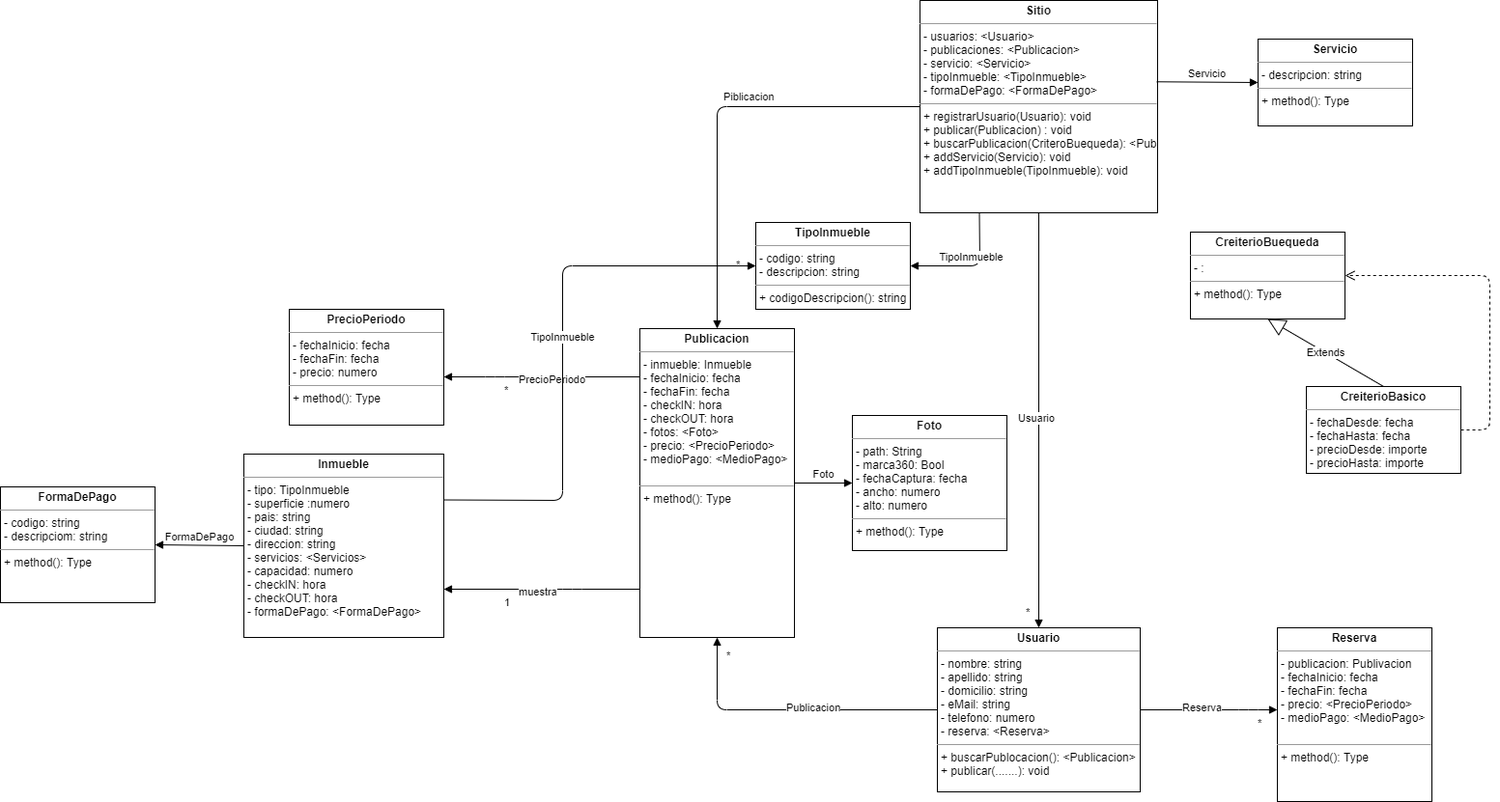
This is UML_PO2_TP_FINALPNG1.png from CundariNicolas/PO2_TP_FINAL_2021, a draw.io export, as it was before one commit. Source tidied: cells renumbered, new cells last; positions are measured from the earlier drawing's top-left corner, leaving out a move shared by most shapes.
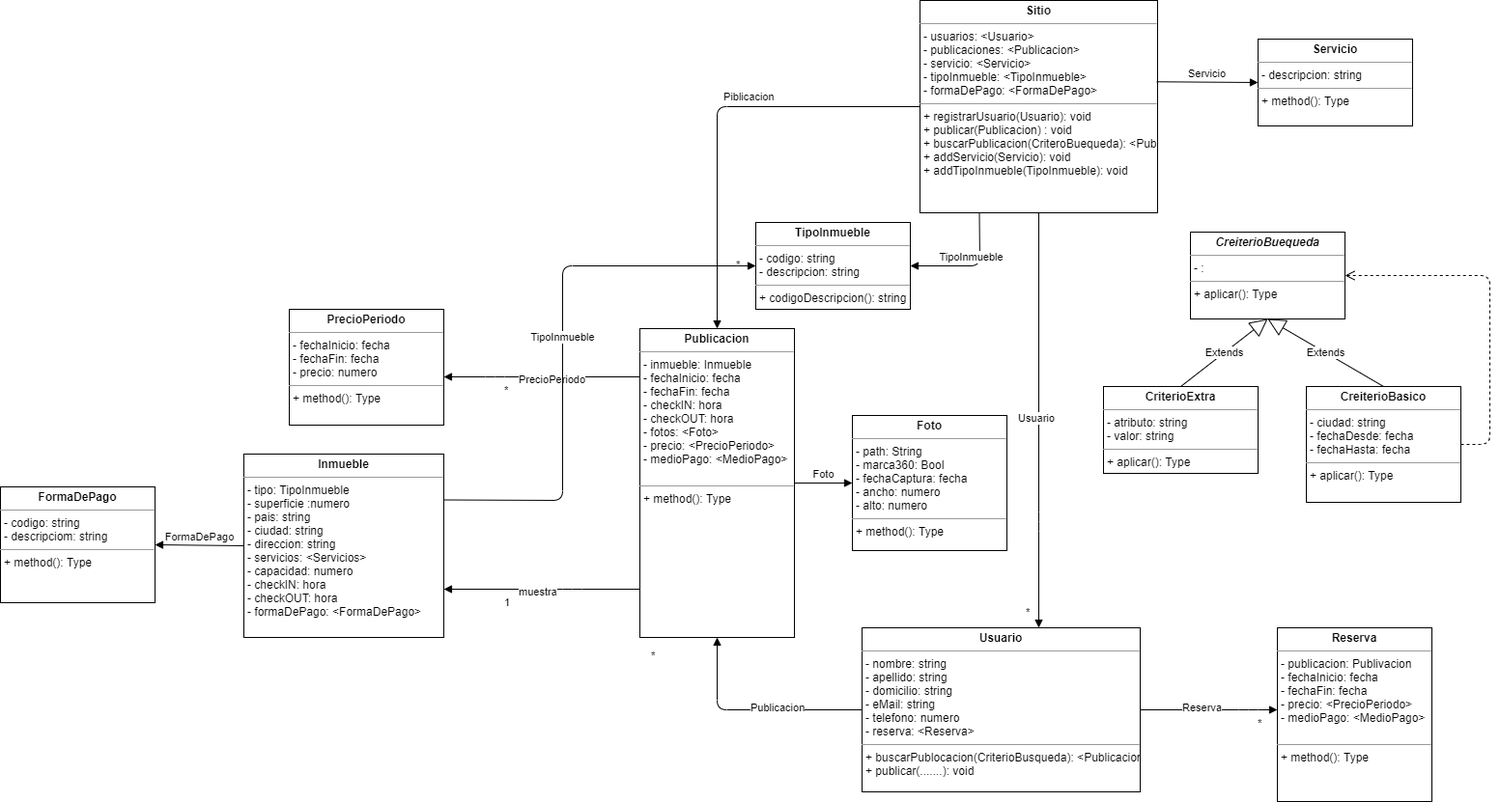
After the commit.

Diff of the diagram source:
```diff
@@ -2,8 +2,8 @@
   <root>
     <mxCell id="0" />
     <mxCell id="1" parent="0" />
-    <mxCell id="2" value="&lt;p style=&quot;margin: 0px ; margin-top: 4px ; text-align: center&quot;&gt;&lt;b&gt;Usuario&lt;/b&gt;&lt;/p&gt;&lt;hr size=&quot;1&quot;&gt;&lt;p style=&quot;margin: 0px ; margin-left: 4px&quot;&gt;- nombre: string&lt;/p&gt;&lt;p style=&quot;margin: 0px ; margin-left: 4px&quot;&gt;- apellido: string&lt;/p&gt;&lt;p style=&quot;margin: 0px ; margin-left: 4px&quot;&gt;- domicilio: string&lt;/p&gt;&lt;p style=&quot;margin: 0px ; margin-left: 4px&quot;&gt;- eMail: string&lt;/p&gt;&lt;p style=&quot;margin: 0px ; margin-left: 4px&quot;&gt;- telefono: numero&lt;/p&gt;&lt;p style=&quot;margin: 0px ; margin-left: 4px&quot;&gt;- reserva: &amp;lt;Reserva&amp;gt;&lt;/p&gt;&lt;hr size=&quot;1&quot;&gt;&lt;p style=&quot;margin: 0px ; margin-left: 4px&quot;&gt;+ buscarPublocacion(): &amp;lt;Publicacion&amp;gt;&lt;/p&gt;&lt;p style=&quot;margin: 0px ; margin-left: 4px&quot;&gt;+ publicar(.......): void&lt;/p&gt;" style="verticalAlign=top;align=left;overflow=fill;fontSize=12;fontFamily=Helvetica;html=1;" parent="1" vertex="1">
-      <mxGeometry x="970" y="650" width="210" height="170" as="geometry" />
+    <mxCell id="2" value="&lt;p style=&quot;margin: 0px ; margin-top: 4px ; text-align: center&quot;&gt;&lt;b&gt;Usuario&lt;/b&gt;&lt;/p&gt;&lt;hr size=&quot;1&quot;&gt;&lt;p style=&quot;margin: 0px ; margin-left: 4px&quot;&gt;- nombre: string&lt;/p&gt;&lt;p style=&quot;margin: 0px ; margin-left: 4px&quot;&gt;- apellido: string&lt;/p&gt;&lt;p style=&quot;margin: 0px ; margin-left: 4px&quot;&gt;- domicilio: string&lt;/p&gt;&lt;p style=&quot;margin: 0px ; margin-left: 4px&quot;&gt;- eMail: string&lt;/p&gt;&lt;p style=&quot;margin: 0px ; margin-left: 4px&quot;&gt;- telefono: numero&lt;/p&gt;&lt;p style=&quot;margin: 0px ; margin-left: 4px&quot;&gt;- reserva: &amp;lt;Reserva&amp;gt;&lt;/p&gt;&lt;hr size=&quot;1&quot;&gt;&lt;p style=&quot;margin: 0px ; margin-left: 4px&quot;&gt;+ buscarPublocacion(CriterioBusqueda): &amp;lt;Publicacion&amp;gt;&lt;/p&gt;&lt;p style=&quot;margin: 0px ; margin-left: 4px&quot;&gt;+ publicar(.......): void&lt;/p&gt;" style="verticalAlign=top;align=left;overflow=fill;fontSize=12;fontFamily=Helvetica;html=1;" parent="1" vertex="1">
+      <mxGeometry x="892" y="650" width="288" height="170" as="geometry" />
     </mxCell>
     <mxCell id="3" value="&lt;p style=&quot;margin: 0px ; margin-top: 4px ; text-align: center&quot;&gt;&lt;b&gt;Publicacion&lt;/b&gt;&lt;/p&gt;&lt;hr size=&quot;1&quot;&gt;&lt;p style=&quot;margin: 0px ; margin-left: 4px&quot;&gt;- inmueble: Inmueble&lt;/p&gt;&lt;p style=&quot;margin: 0px ; margin-left: 4px&quot;&gt;- fechaInicio: fecha&lt;/p&gt;&lt;p style=&quot;margin: 0px ; margin-left: 4px&quot;&gt;- fechaFin: fecha&lt;/p&gt;&lt;p style=&quot;margin: 0px ; margin-left: 4px&quot;&gt;- checkIN: hora&lt;/p&gt;&lt;p style=&quot;margin: 0px ; margin-left: 4px&quot;&gt;- checkOUT: hora&lt;/p&gt;&lt;p style=&quot;margin: 0px ; margin-left: 4px&quot;&gt;- fotos: &amp;lt;Foto&amp;gt;&lt;/p&gt;&lt;p style=&quot;margin: 0px ; margin-left: 4px&quot;&gt;- precio: &amp;lt;PrecioPeriodo&amp;gt;&lt;/p&gt;&lt;p style=&quot;margin: 0px ; margin-left: 4px&quot;&gt;- medioPago: &amp;lt;MedioPago&amp;gt;&lt;/p&gt;&lt;p style=&quot;margin: 0px ; margin-left: 4px&quot;&gt;&lt;br&gt;&lt;/p&gt;&lt;hr size=&quot;1&quot;&gt;&lt;p style=&quot;margin: 0px ; margin-left: 4px&quot;&gt;+ method(): Type&lt;/p&gt;" style="verticalAlign=top;align=left;overflow=fill;fontSize=12;fontFamily=Helvetica;html=1;" parent="1" vertex="1">
       <mxGeometry x="662" y="340" width="160" height="320" as="geometry" />
@@ -21,7 +21,12 @@
       <mxGeometry x="1322" y="650" width="160" height="180" as="geometry" />
     </mxCell>
     <mxCell id="8" value="Usuario" style="endArrow=block;endFill=1;html=1;edgeStyle=orthogonalEdgeStyle;align=left;verticalAlign=top;" parent="1" edge="1" source="4" target="2">
-      <mxGeometry x="-0.07" y="-23" relative="1" as="geometry" />
+      <mxGeometry x="-0.07" y="-23" relative="1" as="geometry">
+        <Array as="points">
+          <mxPoint x="1075" y="540" />
+          <mxPoint x="1075" y="540" />
+        </Array>
+      </mxGeometry>
     </mxCell>
     <mxCell id="9" value="*" style="edgeLabel;html=1;align=left;verticalAlign=bottom;spacing=20;" parent="8" vertex="1">
       <mxGeometry x="-1" relative="1" as="geometry">
@@ -124,11 +129,11 @@
     <mxCell id="28" value="FormaDePago" style="html=1;verticalAlign=bottom;endArrow=block;exitX=0;exitY=0.5;exitDx=0;exitDy=0;entryX=1;entryY=0.5;entryDx=0;entryDy=0;" parent="1" edge="1" source="5" target="27">
       <mxGeometry relative="1" as="geometry" />
     </mxCell>
-    <mxCell id="29" value="&lt;p style=&quot;margin: 0px ; margin-top: 4px ; text-align: center&quot;&gt;&lt;b&gt;CreiterioBuequeda&lt;/b&gt;&lt;/p&gt;&lt;hr size=&quot;1&quot;&gt;&lt;p style=&quot;margin: 0px ; margin-left: 4px&quot;&gt;&lt;span&gt;- :&amp;nbsp;&lt;/span&gt;&lt;br&gt;&lt;/p&gt;&lt;hr size=&quot;1&quot;&gt;&lt;p style=&quot;margin: 0px ; margin-left: 4px&quot;&gt;+ method(): Type&lt;/p&gt;" style="verticalAlign=top;align=left;overflow=fill;fontSize=12;fontFamily=Helvetica;html=1;" parent="1" vertex="1">
+    <mxCell id="29" value="&lt;p style=&quot;margin: 0px ; margin-top: 4px ; text-align: center&quot;&gt;&lt;b&gt;&lt;i&gt;CreiterioBuequeda&lt;/i&gt;&lt;/b&gt;&lt;/p&gt;&lt;hr size=&quot;1&quot;&gt;&lt;p style=&quot;margin: 0px ; margin-left: 4px&quot;&gt;&lt;span&gt;- :&amp;nbsp;&lt;/span&gt;&lt;br&gt;&lt;/p&gt;&lt;hr size=&quot;1&quot;&gt;&lt;p style=&quot;margin: 0px ; margin-left: 4px&quot;&gt;+ aplicar(): Type&lt;/p&gt;" style="verticalAlign=top;align=left;overflow=fill;fontSize=12;fontFamily=Helvetica;html=1;" parent="1" vertex="1">
       <mxGeometry x="1232" y="240" width="160" height="90" as="geometry" />
     </mxCell>
-    <mxCell id="30" value="&lt;p style=&quot;margin: 0px ; margin-top: 4px ; text-align: center&quot;&gt;&lt;b&gt;CreiterioBasico&lt;/b&gt;&lt;/p&gt;&lt;hr size=&quot;1&quot;&gt;&lt;p style=&quot;margin: 0px ; margin-left: 4px&quot;&gt;&lt;span&gt;- fechaDesde: fecha&lt;/span&gt;&lt;br&gt;&lt;/p&gt;&lt;p style=&quot;margin: 0px ; margin-left: 4px&quot;&gt;- fechaHasta: fecha&lt;/p&gt;&lt;p style=&quot;margin: 0px ; margin-left: 4px&quot;&gt;- precioDesde: importe&lt;/p&gt;&lt;p style=&quot;margin: 0px ; margin-left: 4px&quot;&gt;- precioHasta: importe&lt;/p&gt;&lt;hr size=&quot;1&quot;&gt;&lt;p style=&quot;margin: 0px ; margin-left: 4px&quot;&gt;+ method():&amp;nbsp;&lt;/p&gt;" style="verticalAlign=top;align=left;overflow=fill;fontSize=12;fontFamily=Helvetica;html=1;" parent="1" vertex="1">
-      <mxGeometry x="1352" y="400" width="160" height="90" as="geometry" />
+    <mxCell id="30" value="&lt;p style=&quot;margin: 0px ; margin-top: 4px ; text-align: center&quot;&gt;&lt;b&gt;CreiterioBasico&lt;/b&gt;&lt;/p&gt;&lt;hr size=&quot;1&quot;&gt;&lt;p style=&quot;margin: 0px ; margin-left: 4px&quot;&gt;&lt;span&gt;- ciudad: string&lt;/span&gt;&lt;/p&gt;&lt;p style=&quot;margin: 0px ; margin-left: 4px&quot;&gt;&lt;span&gt;- fechaDesde: fecha&lt;/span&gt;&lt;br&gt;&lt;/p&gt;&lt;p style=&quot;margin: 0px ; margin-left: 4px&quot;&gt;- fechaHasta: fecha&lt;/p&gt;&lt;hr size=&quot;1&quot;&gt;&lt;p style=&quot;margin: 0px ; margin-left: 4px&quot;&gt;+ aplicar(): Type&amp;nbsp;&lt;/p&gt;" style="verticalAlign=top;align=left;overflow=fill;fontSize=12;fontFamily=Helvetica;html=1;" parent="1" vertex="1">
+      <mxGeometry x="1352" y="400" width="160" height="120" as="geometry" />
     </mxCell>
     <mxCell id="31" value="Extends" style="endArrow=block;endSize=16;endFill=0;html=1;exitX=0.5;exitY=0;exitDx=0;exitDy=0;entryX=0.5;entryY=1;entryDx=0;entryDy=0;" parent="1" edge="1" source="30" target="29">
       <mxGeometry relative="1" as="geometry" />
@@ -136,10 +141,18 @@
     <mxCell id="32" style="html=1;verticalAlign=bottom;endArrow=open;dashed=1;endSize=8;exitX=1;exitY=0.5;exitDx=0;exitDy=0;entryX=1;entryY=0.5;entryDx=0;entryDy=0;" parent="1" edge="1" source="30" target="29">
       <mxGeometry relative="1" as="geometry">
         <Array as="points">
-          <mxPoint x="1542" y="445" />
+          <mxPoint x="1542" y="460" />
           <mxPoint x="1542" y="285" />
         </Array>
       </mxGeometry>
     </mxCell>
+    <mxCell id="33" value="&lt;p style=&quot;margin: 0px ; margin-top: 4px ; text-align: center&quot;&gt;&lt;b&gt;CriterioExtra&lt;/b&gt;&lt;/p&gt;&lt;hr size=&quot;1&quot;&gt;&lt;p style=&quot;margin: 0px ; margin-left: 4px&quot;&gt;&lt;span&gt;- atributo: string&lt;/span&gt;&lt;br&gt;&lt;/p&gt;&lt;p style=&quot;margin: 0px ; margin-left: 4px&quot;&gt;&lt;span&gt;- valor: string&lt;/span&gt;&lt;/p&gt;&lt;hr size=&quot;1&quot;&gt;&lt;p style=&quot;margin: 0px ; margin-left: 4px&quot;&gt;+ aplicar(): Type&lt;/p&gt;" style="verticalAlign=top;align=left;overflow=fill;fontSize=12;fontFamily=Helvetica;html=1;" parent="1" vertex="1">
+      <mxGeometry x="1142" y="400" width="160" height="90" as="geometry" />
+    </mxCell>
+    <mxCell id="34" value="Extends" style="endArrow=block;endSize=16;endFill=0;html=1;exitX=0.5;exitY=0;exitDx=0;exitDy=0;entryX=0.5;entryY=1;entryDx=0;entryDy=0;" parent="1" edge="1" target="29">
+      <mxGeometry relative="1" as="geometry">
+        <mxPoint x="1222" y="400" as="sourcePoint" />
+      </mxGeometry>
+    </mxCell>
   </root>
 </mxGraphModel>
```
